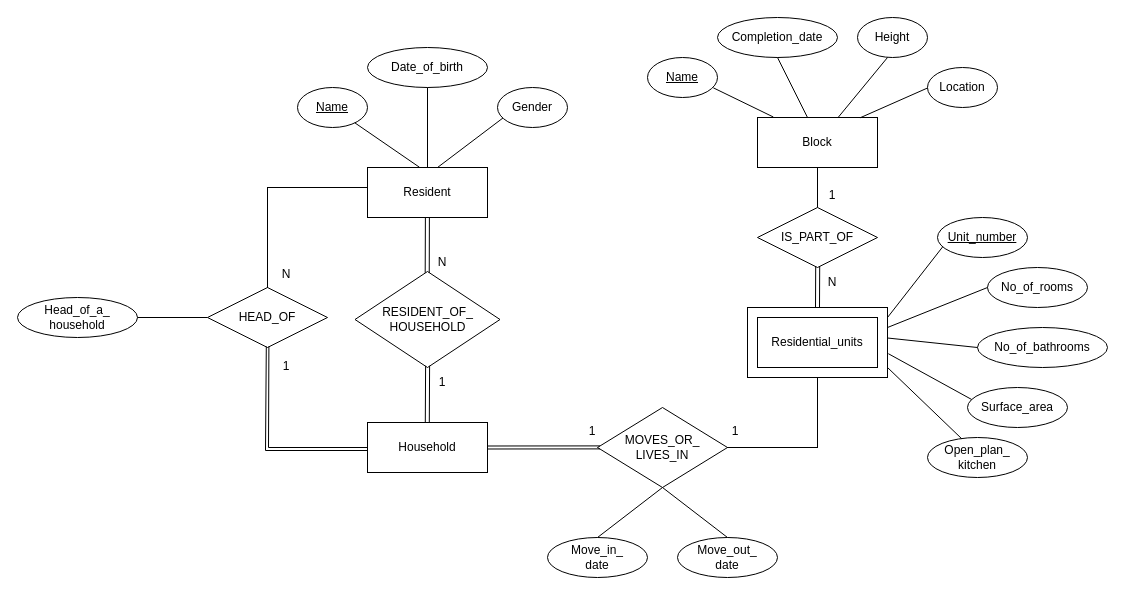
Above: Untitled Diagram.drawio in kaixuankhoo98/kaixuankhoo98 (draw.io), before the change. Source tidied: cells renumbered, new cells numbered last; positions are measured from the earlier drawing's top-left corner, leaving out a move shared by most shapes. Both pictures are drawn from the tidied source at 100%, with x=0, y=0 at pixel (17, 17).
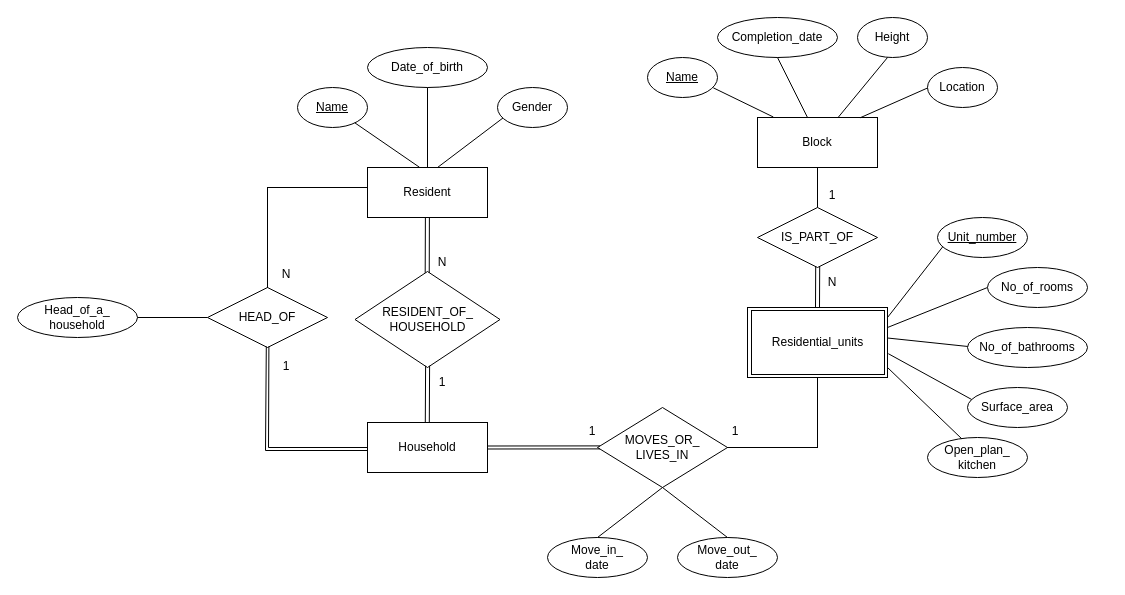
The same diagram, later.

Unchanged cells that the change refers to:
```xml
<mxCell id="21" value="Surface_area" style="ellipse;whiteSpace=wrap;html=1;" parent="1" vertex="1">
  <mxGeometry x="950" y="370" width="100" height="40" as="geometry" />
</mxCell>
```

Diff of the diagram source:
```diff
@@
-    <mxCell id="14" style="rounded=0;whiteSpace=wrap;html=1;" parent="1" vertex="1">
-      <mxGeometry x="730" y="290" width="140" height="70" as="geometry" />
-    </mxCell>
-    <mxCell id="15" value="Residential_units" style="rounded=0;whiteSpace=wrap;html=1;" parent="1" vertex="1">
-      <mxGeometry x="740" y="300" width="120" height="50" as="geometry" />
-    </mxCell>
@@
-    <mxCell id="19" value="No_of_rooms" style="ellipse;whiteSpace=wrap;html=1;" parent="1" vertex="1">
-      <mxGeometry x="970" y="250" width="100" height="40" as="geometry" />
-    </mxCell>
-    <mxCell id="20" value="No_of_bathrooms" style="ellipse;whiteSpace=wrap;html=1;" parent="1" vertex="1">
-      <mxGeometry x="960" y="310" width="130" height="40" as="geometry" />
-    </mxCell>
@@
-    <mxCell id="24" style="endArrow=none;html=1;rounded=0;exitX=0;exitY=0.5;exitDx=0;exitDy=0;" parent="1" edge="1" source="19">
+    <mxCell id="24" style="endArrow=none;html=1;rounded=0;exitX=0;exitY=0.5;exitDx=0;exitDy=0;" parent="1" edge="1">
       <mxGeometry relative="1" as="geometry">
+        <mxPoint x="970" y="270" as="sourcePoint" />
         <mxPoint x="870" y="310" as="targetPoint" />
       </mxGeometry>
     </mxCell>
-    <mxCell id="25" style="endArrow=none;html=1;rounded=0;exitX=0;exitY=0.5;exitDx=0;exitDy=0;" parent="1" edge="1" source="20">
+    <mxCell id="25" style="endArrow=none;html=1;rounded=0;exitX=0;exitY=0.5;exitDx=0;exitDy=0;" parent="1" edge="1">
       <mxGeometry relative="1" as="geometry">
+        <mxPoint x="960" y="330" as="sourcePoint" />
         <mxPoint x="870" y="320.5" as="targetPoint" />
       </mxGeometry>
     </mxCell>
-    <mxCell id="26" style="endArrow=none;html=1;rounded=0;exitX=0.042;exitY=0.3;exitDx=0;exitDy=0;exitPerimeter=0;entryX=1.006;entryY=0.66;entryDx=0;entryDy=0;entryPerimeter=0;" parent="1" edge="1" source="21" target="14">
-      <mxGeometry relative="1" as="geometry" />
+    <mxCell id="26" style="endArrow=none;html=1;rounded=0;exitX=0.042;exitY=0.3;exitDx=0;exitDy=0;exitPerimeter=0;entryX=1.006;entryY=0.66;entryDx=0;entryDy=0;entryPerimeter=0;" parent="1" edge="1" source="21">
+      <mxGeometry relative="1" as="geometry">
+        <mxPoint x="870.8" y="336.2" as="targetPoint" />
+      </mxGeometry>
     </mxCell>
@@
+    <mxCell id="65" style="rounded=0;whiteSpace=wrap;html=1;" parent="1" vertex="1">
+      <mxGeometry x="730" y="290" width="140" height="70" as="geometry" />
+    </mxCell>
+    <mxCell id="15" value="Residential_units" style="rounded=0;whiteSpace=wrap;html=1;" parent="1" vertex="1">
+      <mxGeometry x="734" y="293" width="133" height="64" as="geometry" />
+    </mxCell>
+    <mxCell id="20" value="No_of_bathrooms" style="ellipse;whiteSpace=wrap;html=1;" parent="1" vertex="1">
+      <mxGeometry x="950" y="310" width="120" height="40" as="geometry" />
+    </mxCell>
+    <mxCell id="19" value="No_of_rooms" style="ellipse;whiteSpace=wrap;html=1;" parent="1" vertex="1">
+      <mxGeometry x="970" y="250" width="100" height="40" as="geometry" />
+    </mxCell>
```
